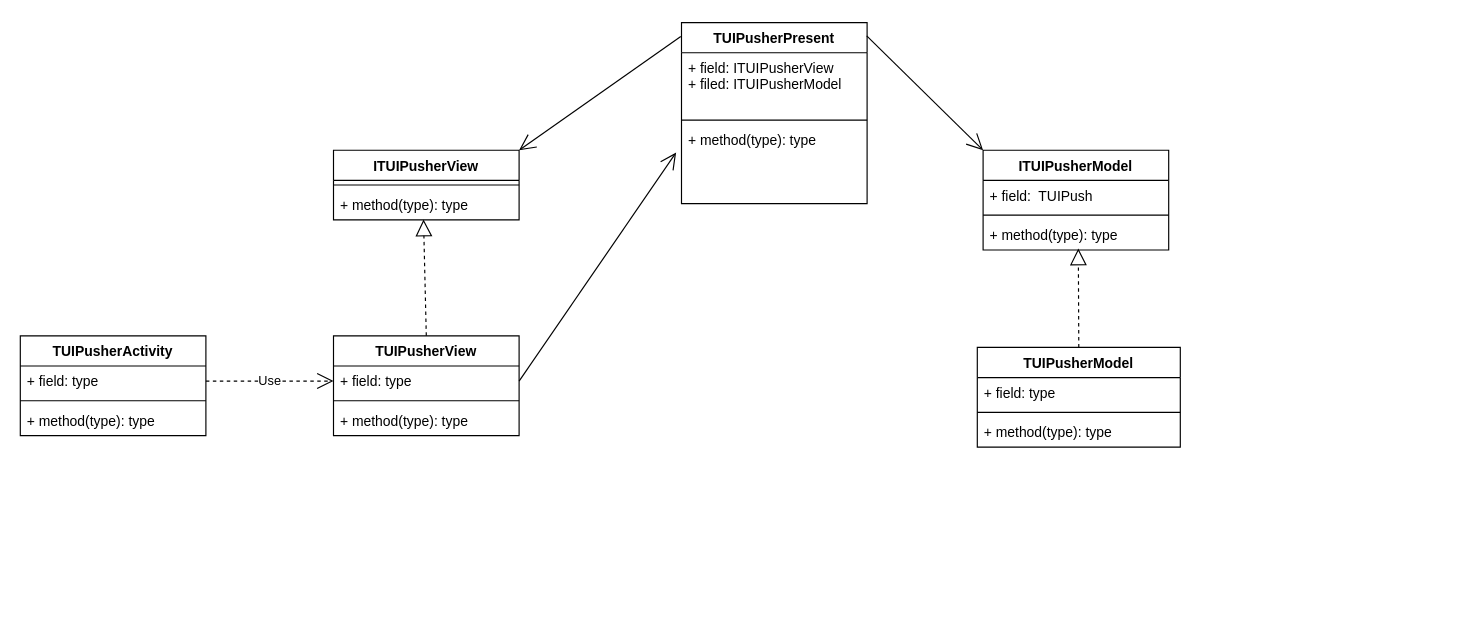
paopaosecret/resources keeps this draw.io diagram as diagrams/TUIPusher.drawio. Above is the earlier version. Source tidied: cells renumbered, new cells numbered last; positions are measured from the earlier drawing's top-left corner, leaving out a move shared by most shapes. Both pictures are drawn from the tidied source at 116%, with x=0, y=0 at pixel (20, 22).
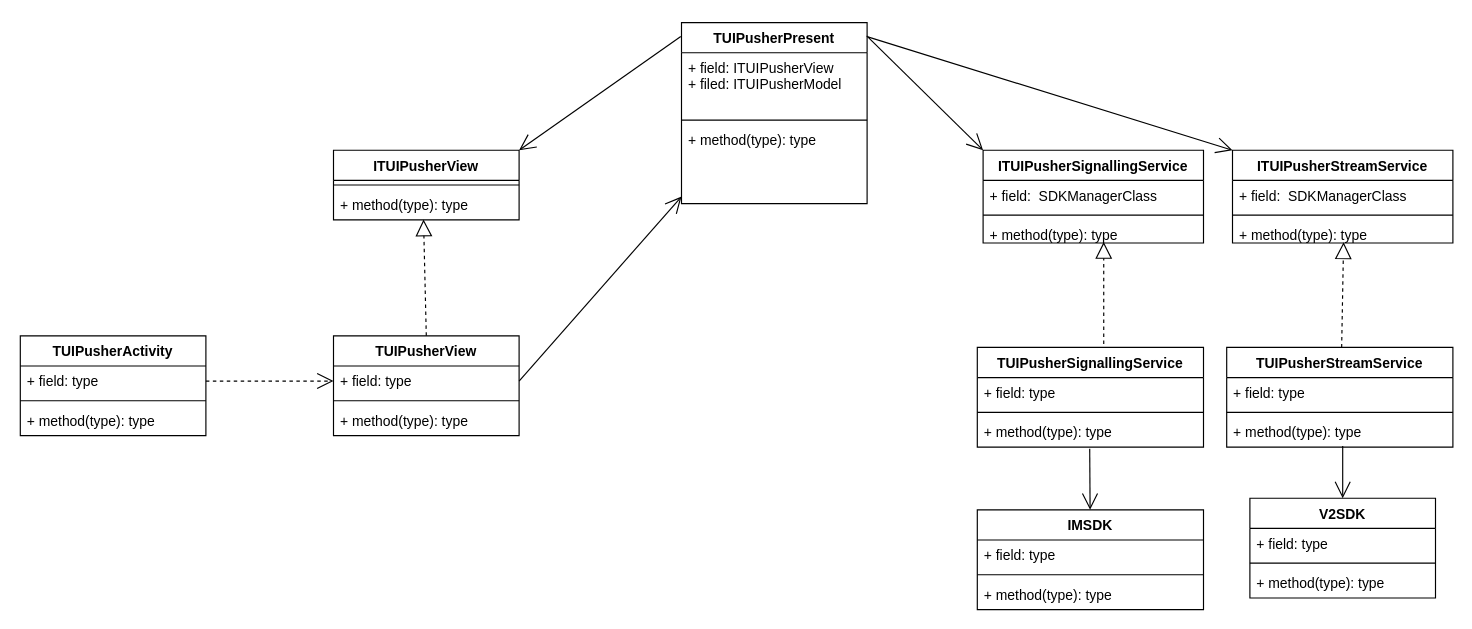
Above is the later version.

The change refers to these unchanged cells:
```xml
<mxCell id="5" value="TUIPusherPresent" style="swimlane;fontStyle=1;align=center;verticalAlign=top;horizontal=1;startSize=26;" parent="1" vertex="1">
  <mxGeometry x="570" width="160" height="156" as="geometry" />
</mxCell>
<mxCell id="8" value="+ method(type): type" style="text;strokeColor=none;fillColor=none;align=left;verticalAlign=top;spacingLeft=4;spacingRight=4;overflow=hidden;points=[[0,0.5],[1,0.5]];portConstraint=eastwest;" parent="5" vertex="1">
  <mxGeometry y="88" width="160" height="68" as="geometry" />
</mxCell>
<mxCell id="14" value="+ field: type" style="text;strokeColor=none;fillColor=none;align=left;verticalAlign=top;spacingLeft=4;spacingRight=4;overflow=hidden;points=[[0,0.5],[1,0.5]];portConstraint=eastwest;" parent="13" vertex="1">
  <mxGeometry y="26" width="160" height="26" as="geometry" />
</mxCell>
<mxCell id="24" value="+ field: type" style="text;strokeColor=none;fillColor=none;align=left;verticalAlign=top;spacingLeft=4;spacingRight=4;overflow=hidden;points=[[0,0.5],[1,0.5]];portConstraint=eastwest;" parent="23" vertex="1">
  <mxGeometry y="26" width="160" height="26" as="geometry" />
</mxCell>
```

Diff of the diagram source:
```diff
@@
-    <mxCell id="9" value="ITUIPusherModel" style="swimlane;fontStyle=1;align=center;verticalAlign=top;horizontal=1;startSize=26;" parent="1" vertex="1">
-      <mxGeometry x="830" y="110" width="160" height="86" as="geometry" />
+    <mxCell id="9" value="ITUIPusherSignallingService" style="swimlane;fontStyle=1;align=center;verticalAlign=top;horizontal=1;startSize=26;" parent="1" vertex="1">
+      <mxGeometry x="830" y="110" width="190" height="80" as="geometry" />
     </mxCell>
-    <mxCell id="10" value="+ field:  TUIPush" style="text;strokeColor=none;fillColor=none;align=left;verticalAlign=top;spacingLeft=4;spacingRight=4;overflow=hidden;" parent="9" vertex="1">
-      <mxGeometry y="26" width="160" height="26" as="geometry" />
+    <mxCell id="10" value="+ field:  SDKManagerClass" style="text;strokeColor=none;fillColor=none;align=left;verticalAlign=top;spacingLeft=4;spacingRight=4;overflow=hidden;" parent="9" vertex="1">
+      <mxGeometry y="26" width="190" height="26" as="geometry" />
     </mxCell>
     <mxCell id="11" style="line;strokeWidth=1;fillColor=none;align=left;verticalAlign=middle;spacingTop=-1;spacingLeft=3;spacingRight=3;labelPosition=right;" parent="9" vertex="1">
-      <mxGeometry y="52" width="160" height="8" as="geometry" />
+      <mxGeometry y="52" width="190" height="8" as="geometry" />
     </mxCell>
     <mxCell id="12" value="+ method(type): type" style="text;strokeColor=none;fillColor=none;align=left;verticalAlign=top;spacingLeft=4;spacingRight=4;overflow=hidden;points=[[0,0.5],[1,0.5]];portConstraint=eastwest;" parent="9" vertex="1">
-      <mxGeometry y="60" width="160" height="26" as="geometry" />
+      <mxGeometry y="60" width="190" height="20" as="geometry" />
     </mxCell>
@@
-    <mxCell id="18" value="TUIPusherModel" style="swimlane;fontStyle=1;align=center;verticalAlign=top;horizontal=1;startSize=26;" parent="1" vertex="1">
-      <mxGeometry x="825" y="280" width="175" height="86" as="geometry" />
+    <mxCell id="18" value="TUIPusherSignallingService" style="swimlane;fontStyle=1;align=center;verticalAlign=top;horizontal=1;startSize=26;" parent="1" vertex="1">
+      <mxGeometry x="825" y="280" width="195" height="86" as="geometry" />
     </mxCell>
     <mxCell id="19" value="+ field: type" style="text;strokeColor=none;fillColor=none;align=left;verticalAlign=top;spacingLeft=4;spacingRight=4;overflow=hidden;" parent="18" vertex="1">
-      <mxGeometry y="26" width="175" height="26" as="geometry" />
+      <mxGeometry y="26" width="195" height="26" as="geometry" />
     </mxCell>
     <mxCell id="20" style="line;strokeWidth=1;fillColor=none;align=left;verticalAlign=middle;spacingTop=-1;spacingLeft=3;spacingRight=3;labelPosition=right;" parent="18" vertex="1">
-      <mxGeometry y="52" width="175" height="8" as="geometry" />
+      <mxGeometry y="52" width="195" height="8" as="geometry" />
     </mxCell>
     <mxCell id="21" value="+ method(type): type" style="text;strokeColor=none;fillColor=none;align=left;verticalAlign=top;spacingLeft=4;spacingRight=4;overflow=hidden;points=[[0,0.5],[1,0.5]];portConstraint=eastwest;" parent="18" vertex="1">
-      <mxGeometry y="60" width="175" height="26" as="geometry" />
+      <mxGeometry y="60" width="195" height="26" as="geometry" />
     </mxCell>
-    <mxCell id="22" style="endArrow=block;dashed=1;endFill=0;endSize=12;html=1;exitX=0.5;exitY=0;exitDx=0;exitDy=0;entryX=0.513;entryY=0.949;entryDx=0;entryDy=0;entryPerimeter=0;" parent="1" edge="1" source="18" target="12">
-      <mxGeometry relative="1" as="geometry" />
+    <mxCell id="22" style="endArrow=block;dashed=1;endFill=0;endSize=12;html=1;" parent="1" edge="1">
+      <mxGeometry relative="1" as="geometry">
+        <mxPoint x="934" y="277" as="sourcePoint" />
+        <mxPoint x="934" y="189" as="targetPoint" />
+      </mxGeometry>
     </mxCell>
@@
-    <mxCell id="27" value="Use" style="endArrow=open;endSize=12;dashed=1;html=1;exitX=1;exitY=0.5;exitDx=0;exitDy=0;entryX=0;entryY=0.5;entryDx=0;entryDy=0;" parent="1" edge="1" source="24" target="14">
+    <mxCell id="27" style="endArrow=open;endSize=12;dashed=1;html=1;exitX=1;exitY=0.5;exitDx=0;exitDy=0;entryX=0;entryY=0.5;entryDx=0;entryDy=0;" parent="1" edge="1" source="24" target="14">
       <mxGeometry relative="1" as="geometry" />
     </mxCell>
@@
-    <mxCell id="29" style="endArrow=open;endFill=1;endSize=12;html=1;exitX=1;exitY=0.5;exitDx=0;exitDy=0;entryX=-0.029;entryY=0.353;entryDx=0;entryDy=0;entryPerimeter=0;" parent="1" edge="1" source="14" target="8">
-      <mxGeometry relative="1" as="geometry" />
+    <mxCell id="29" style="endArrow=open;endFill=1;endSize=12;html=1;exitX=1;exitY=0.5;exitDx=0;exitDy=0;" parent="1" edge="1" source="14">
+      <mxGeometry relative="1" as="geometry">
+        <mxPoint x="570" y="150" as="targetPoint" />
+      </mxGeometry>
     </mxCell>
@@
+    <mxCell id="31" value="ITUIPusherStreamService" style="swimlane;fontStyle=1;align=center;verticalAlign=top;horizontal=1;startSize=26;" parent="1" vertex="1">
+      <mxGeometry x="1045" y="110" width="190" height="80" as="geometry" />
+    </mxCell>
+    <mxCell id="32" value="+ field:  SDKManagerClass" style="text;strokeColor=none;fillColor=none;align=left;verticalAlign=top;spacingLeft=4;spacingRight=4;overflow=hidden;" parent="31" vertex="1">
+      <mxGeometry y="26" width="190" height="26" as="geometry" />
+    </mxCell>
+    <mxCell id="33" style="line;strokeWidth=1;fillColor=none;align=left;verticalAlign=middle;spacingTop=-1;spacingLeft=3;spacingRight=3;labelPosition=right;" parent="31" vertex="1">
+      <mxGeometry y="52" width="190" height="8" as="geometry" />
+    </mxCell>
+    <mxCell id="34" value="+ method(type): type" style="text;strokeColor=none;fillColor=none;align=left;verticalAlign=top;spacingLeft=4;spacingRight=4;overflow=hidden;points=[[0,0.5],[1,0.5]];portConstraint=eastwest;" parent="31" vertex="1">
+      <mxGeometry y="60" width="190" height="20" as="geometry" />
+    </mxCell>
+    <mxCell id="35" value="TUIPusherStreamService" style="swimlane;fontStyle=1;align=center;verticalAlign=top;horizontal=1;startSize=26;" parent="1" vertex="1">
+      <mxGeometry x="1040" y="280" width="195" height="86" as="geometry" />
+    </mxCell>
+    <mxCell id="36" value="+ field: type" style="text;strokeColor=none;fillColor=none;align=left;verticalAlign=top;spacingLeft=4;spacingRight=4;overflow=hidden;" parent="35" vertex="1">
+      <mxGeometry y="26" width="195" height="26" as="geometry" />
+    </mxCell>
+    <mxCell id="37" style="line;strokeWidth=1;fillColor=none;align=left;verticalAlign=middle;spacingTop=-1;spacingLeft=3;spacingRight=3;labelPosition=right;" parent="35" vertex="1">
+      <mxGeometry y="52" width="195" height="8" as="geometry" />
+    </mxCell>
+    <mxCell id="38" value="+ method(type): type" style="text;strokeColor=none;fillColor=none;align=left;verticalAlign=top;spacingLeft=4;spacingRight=4;overflow=hidden;" parent="35" vertex="1">
+      <mxGeometry y="60" width="195" height="26" as="geometry" />
+    </mxCell>
+    <mxCell id="39" style="endArrow=block;dashed=1;endFill=0;endSize=12;html=1;exitX=0.542;exitY=-0.031;exitDx=0;exitDy=0;exitPerimeter=0;entryX=0.504;entryY=0.967;entryDx=0;entryDy=0;entryPerimeter=0;" parent="1" edge="1" target="34">
+      <mxGeometry relative="1" as="geometry">
+        <mxPoint x="1139.1" y="280" as="sourcePoint" />
+      </mxGeometry>
+    </mxCell>
+    <mxCell id="40" style="endArrow=open;endFill=1;endSize=12;html=1;exitX=1.004;exitY=0.079;exitDx=0;exitDy=0;entryX=0;entryY=0;entryDx=0;entryDy=0;exitPerimeter=0;" parent="1" edge="1" source="5" target="31">
+      <mxGeometry relative="1" as="geometry" />
+    </mxCell>
+    <mxCell id="41" value="IMSDK" style="swimlane;fontStyle=1;align=center;verticalAlign=top;horizontal=1;startSize=26;" parent="1" vertex="1">
+      <mxGeometry x="825" y="420" width="195" height="86" as="geometry" />
+    </mxCell>
+    <mxCell id="42" value="+ field: type" style="text;strokeColor=none;fillColor=none;align=left;verticalAlign=top;spacingLeft=4;spacingRight=4;overflow=hidden;" parent="41" vertex="1">
+      <mxGeometry y="26" width="195" height="26" as="geometry" />
+    </mxCell>
+    <mxCell id="43" style="line;strokeWidth=1;fillColor=none;align=left;verticalAlign=middle;spacingTop=-1;spacingLeft=3;spacingRight=3;labelPosition=right;" parent="41" vertex="1">
+      <mxGeometry y="52" width="195" height="8" as="geometry" />
+    </mxCell>
+    <mxCell id="44" value="+ method(type): type" style="text;strokeColor=none;fillColor=none;align=left;verticalAlign=top;spacingLeft=4;spacingRight=4;overflow=hidden;" parent="41" vertex="1">
+      <mxGeometry y="60" width="195" height="26" as="geometry" />
+    </mxCell>
+    <mxCell id="45" value="V2SDK" style="swimlane;fontStyle=1;align=center;verticalAlign=top;horizontal=1;startSize=26;" parent="1" vertex="1">
+      <mxGeometry x="1060" y="410" width="160" height="86" as="geometry" />
+    </mxCell>
+    <mxCell id="46" value="+ field: type" style="text;strokeColor=none;fillColor=none;align=left;verticalAlign=top;spacingLeft=4;spacingRight=4;overflow=hidden;" parent="45" vertex="1">
+      <mxGeometry y="26" width="160" height="26" as="geometry" />
+    </mxCell>
+    <mxCell id="47" style="line;strokeWidth=1;fillColor=none;align=left;verticalAlign=middle;spacingTop=-1;spacingLeft=3;spacingRight=3;labelPosition=right;" parent="45" vertex="1">
+      <mxGeometry y="52" width="160" height="8" as="geometry" />
+    </mxCell>
+    <mxCell id="48" value="+ method(type): type" style="text;strokeColor=none;fillColor=none;align=left;verticalAlign=top;spacingLeft=4;spacingRight=4;overflow=hidden;" parent="45" vertex="1">
+      <mxGeometry y="60" width="160" height="26" as="geometry" />
+    </mxCell>
+    <mxCell id="49" style="endArrow=open;endFill=1;endSize=12;html=1;exitX=0.497;exitY=1.051;exitDx=0;exitDy=0;exitPerimeter=0;" parent="1" edge="1" source="21" target="41">
+      <mxGeometry relative="1" as="geometry" />
+    </mxCell>
+    <mxCell id="50" style="endArrow=open;endFill=1;endSize=12;html=1;entryX=0.5;entryY=0;entryDx=0;entryDy=0;" parent="1" edge="1" target="45">
+      <mxGeometry relative="1" as="geometry">
+        <mxPoint x="1140" y="365" as="sourcePoint" />
+      </mxGeometry>
+    </mxCell>
```
